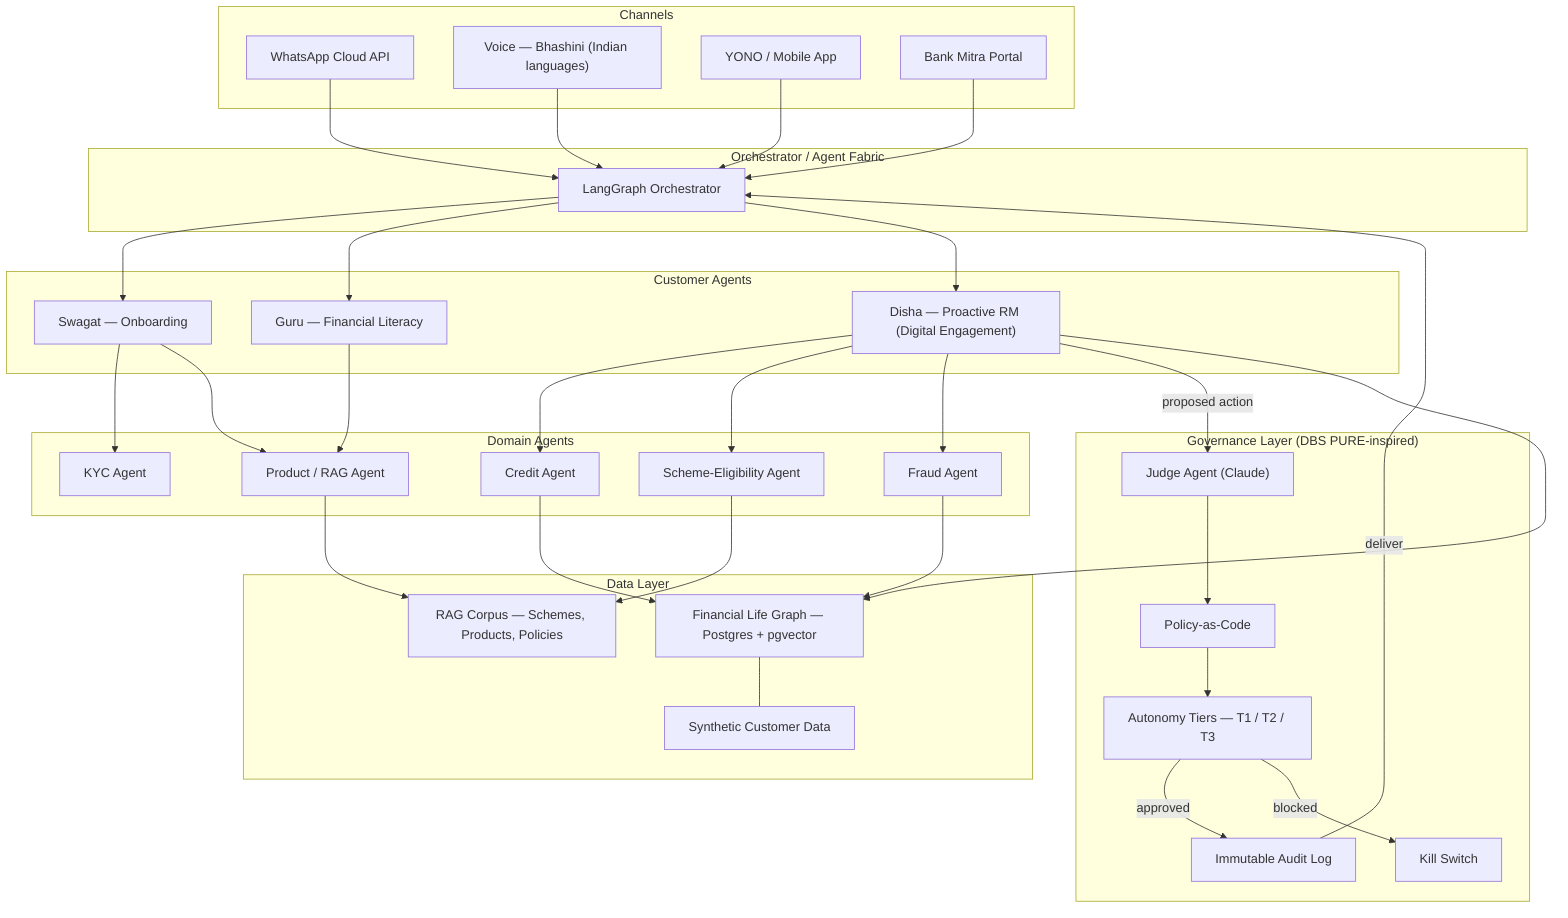
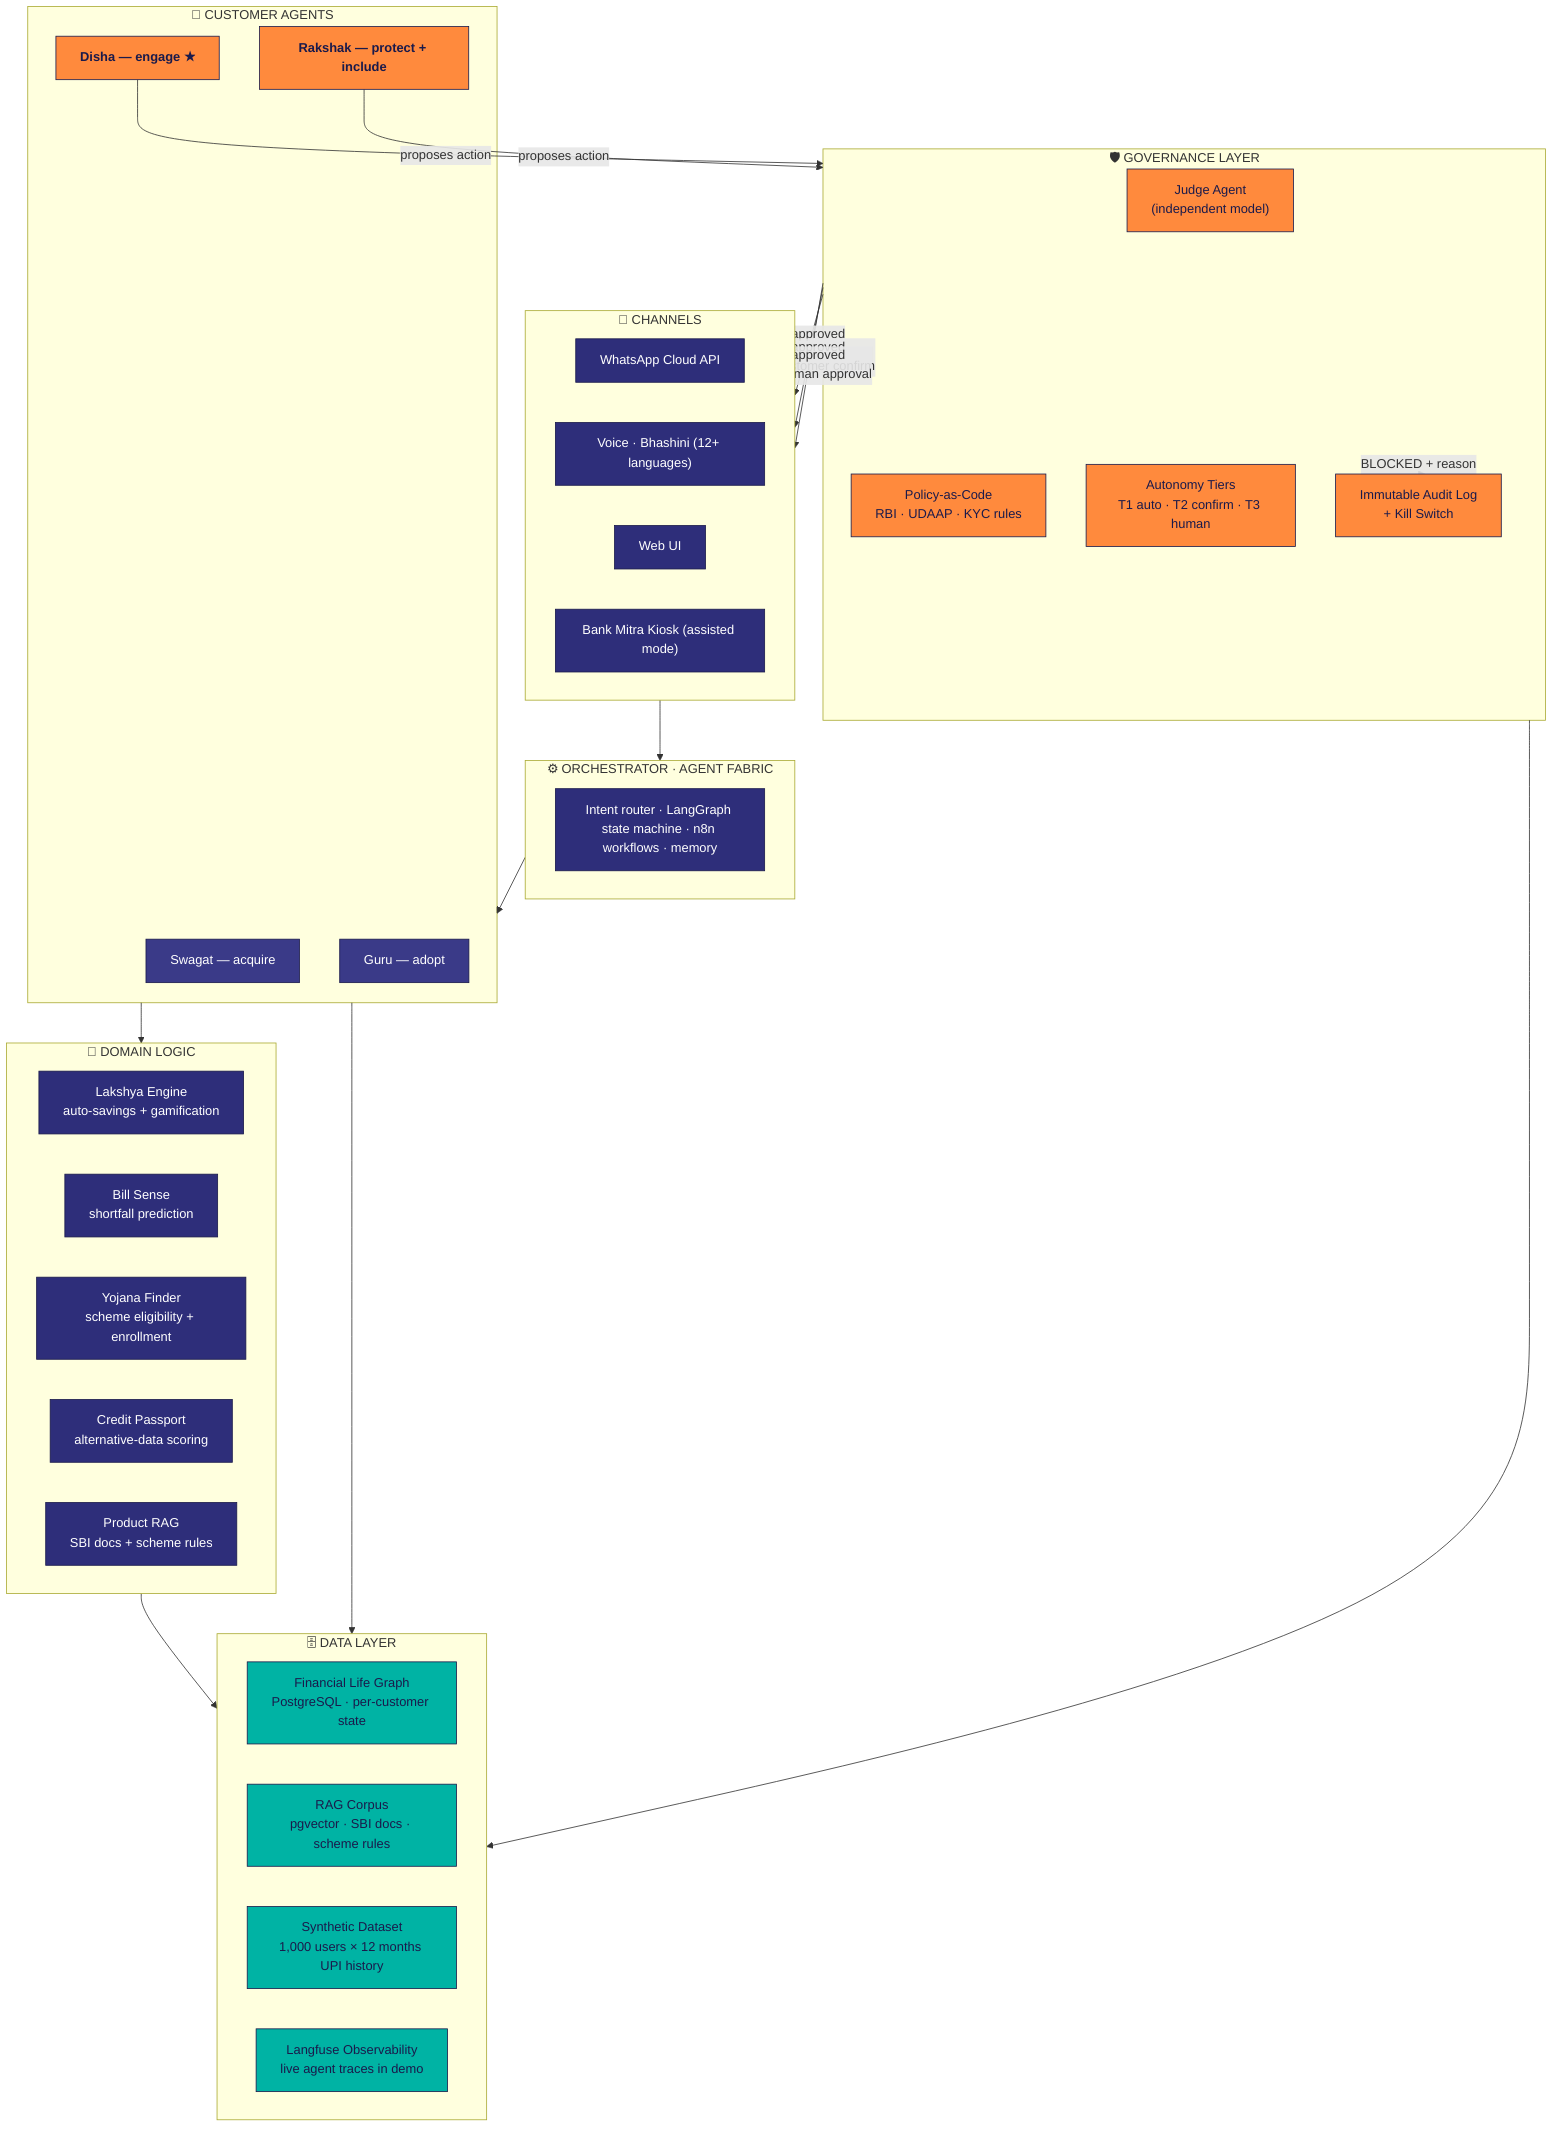
- flowchart TB
-     %% Channels
-     subgraph Channels["Channels"]
-         WA["WhatsApp Cloud API"]
-         VO["Voice — Bhashini (Indian languages)"]
-         APP["YONO / Mobile App"]
-         BM["Bank Mitra Portal"]
+ flowchart TD
+     subgraph CH["📱 CHANNELS"]
+         WA["WhatsApp Cloud API"]:::ch
+         VO["Voice · Bhashini (12+ languages)"]:::ch
+         WEB["Web UI"]:::ch
+         BM["Bank Mitra Kiosk (assisted mode)"]:::ch
    end

-     %% Orchestrator
-     subgraph Orchestrator["Orchestrator / Agent Fabric"]
-         ORC["LangGraph Orchestrator"]
+     subgraph OR["⚙️ ORCHESTRATOR · AGENT FABRIC"]
+         RT["Intent router · LangGraph state machine · n8n workflows · memory"]:::orc
    end

-     %% Customer-facing Agents
-     subgraph CustomerAgents["Customer Agents"]
-         SW["Swagat — Onboarding"]
-         GU["Guru — Financial Literacy"]
-         DI["Disha — Proactive RM (Digital Engagement)"]
+     subgraph CA["🤖 CUSTOMER AGENTS"]
+         SW["Swagat — acquire"]:::agt
+         GU["Guru — adopt"]:::agt
+         DI["Disha — engage ★"]:::hot
+         RK["Rakshak — protect + include"]:::hot
    end

-     %% Domain Agents
-     subgraph DomainAgents["Domain Agents"]
-         KYC["KYC Agent"]
-         CR["Credit Agent"]
-         FR["Fraud Agent"]
-         SCH["Scheme-Eligibility Agent"]
-         PR["Product / RAG Agent"]
+     subgraph DOM["🧠 DOMAIN LOGIC"]
+         LK["Lakshya Engine\nauto-savings + gamification"]:::dom
+         BS["Bill Sense\nshortfall prediction"]:::dom
+         YF["Yojana Finder\nscheme eligibility + enrollment"]:::dom
+         CP["Credit Passport\nalternative-data scoring"]:::dom
+         RAG["Product RAG\nSBI docs + scheme rules"]:::dom
    end

-     %% Governance Layer
-     subgraph Governance["Governance Layer (DBS PURE-inspired)"]
-         JU["Judge Agent (Claude)"]
-         POL["Policy-as-Code"]
-         TIER["Autonomy Tiers — T1 / T2 / T3"]
-         AUD["Immutable Audit Log"]
-         KILL["Kill Switch"]
+     subgraph GV["🛡️ GOVERNANCE LAYER"]
+         JG["Judge Agent\n(independent model)"]:::gov
+         PC["Policy-as-Code\nRBI · UDAAP · KYC rules"]:::gov
+         AT["Autonomy Tiers\nT1 auto · T2 confirm · T3 human"]:::gov
+         AL["Immutable Audit Log\n+ Kill Switch"]:::gov
    end

-     %% Data Layer
-     subgraph Data["Data Layer"]
-         FLG["Financial Life Graph — Postgres + pgvector"]
-         RAG["RAG Corpus — Schemes, Products, Policies"]
-         SYN["Synthetic Customer Data"]
+     subgraph DL["🗄️ DATA LAYER"]
+         FLG["Financial Life Graph\nPostgreSQL · per-customer state"]:::data
+         VEC["RAG Corpus\npgvector · SBI docs · scheme rules"]:::data
+         SYN["Synthetic Dataset\n1,000 users × 12 months UPI history"]:::data
+         OBS["Langfuse Observability\nlive agent traces in demo"]:::data
    end

-     %% Inbound flows
-     WA --> ORC
-     VO --> ORC
-     APP --> ORC
-     BM --> ORC
+     CH --> OR
+     OR --> CA
+     CA --> DOM
+     DI -- "proposes action" --> GV
+     RK -- "proposes action" --> GV
+     GV -- "T1 approved\nauto-deliver" --> CH
+     GV -- "T2 approved\nawait customer confirm" --> CH
+     GV -- "T3 approved\nawait human approval" --> CH
+     GV -- "BLOCKED + reason\nlogged to audit" --> AL
+     DOM --> DL
+     CA --> DL
+     GV --> DL

-     %% Orchestrator to customer agents
-     ORC --> SW
-     ORC --> GU
-     ORC --> DI
- 
-     %% Customer agents call domain agents
-     SW --> KYC
-     DI --> CR
-     DI --> SCH
-     DI --> FR
-     GU --> PR
-     SW --> PR
- 
-     %% Engagement flow: Disha's action MUST pass through Governance
-     DI -- "proposed action" --> JU
-     JU --> POL
-     POL --> TIER
-     TIER -- "approved" --> AUD
-     AUD -- "deliver" --> ORC
-     TIER -- "blocked" --> KILL
- 
-     %% Data access
-     DI --> FLG
-     SCH --> RAG
-     PR --> RAG
-     CR --> FLG
-     FR --> FLG
-     FLG --- SYN
+     classDef ch   fill:#2E2E7A,color:#fff,stroke:#1A1A4B
+     classDef orc  fill:#2E2E7A,color:#fff,stroke:#1A1A4B
+     classDef agt  fill:#3A3A88,color:#fff,stroke:#1A1A4B
+     classDef hot  fill:#FF8A3D,color:#1A1A4B,stroke:#1A1A4B,font-weight:bold
+     classDef dom  fill:#2E2E7A,color:#fff,stroke:#1A1A4B
+     classDef gov  fill:#FF8A3D,color:#1A1A4B,stroke:#1A1A4B
+     classDef data fill:#00B3A4,color:#1A1A4B,stroke:#1A1A4B
